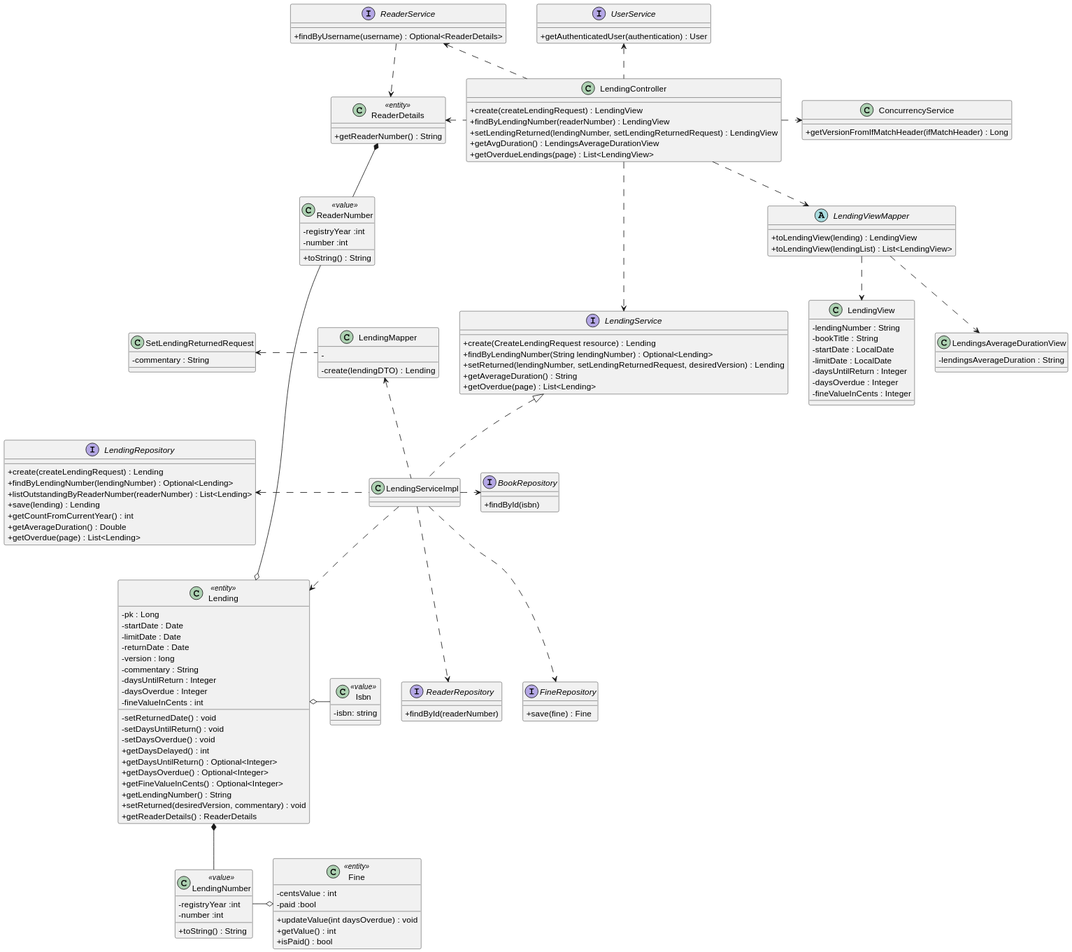
Earlier version of the PlantUML export Docs/Phase2/WP4B-Lendings/WP4B-Lendings-CD.svg (rutemf/1220944_1220772_G01). Its diagram source:
```plantuml
@startuml
skinparam classAttributeIconSize 0

class LendingController {
    + create(createLendingRequest) : LendingView
    + findByLendingNumber(readerNumber) : LendingView
    + setLendingReturned(lendingNumber, setLendingReturnedRequest) : LendingView
    + getAvgDuration() : LendingsAverageDurationView
    + getOverdueLendings(page) : List<LendingView>
}

abstract class LendingViewMapper {
    + toLendingView(lending) : LendingView
    + toLendingView(lendingList) : List<LendingView>
}

class LendingView {
    - lendingNumber : String
    - bookTitle : String
    - startDate : LocalDate
    - limitDate : LocalDate
    - daysUntilReturn : Integer
    - daysOverdue : Integer
    - fineValueInCents : Integer
}

class LendingsAverageDurationView {
    - lendingsAverageDuration : String
}

interface LendingService {
    + create(CreateLendingRequest resource) : Lending
    + findByLendingNumber(String lendingNumber) : Optional<Lending>
    + setReturned(lendingNumber, setLendingReturnedRequest, desiredVersion) : Lending
    + getAverageDuration() : String
    + getOverdue(page) : List<Lending>
}

class LendingServiceImpl implements LendingService{
}

interface UserService {
    + getAuthenticatedUser(authentication) : User
}

interface ReaderService {
    + findByUsername(username) : Optional<ReaderDetails>
}

class ConcurrencyService {
    + getVersionFromIfMatchHeader(ifMatchHeader) : Long
}


interface LendingRepository {
    + create(createLendingRequest) : Lending
    + findByLendingNumber(lendingNumber) : Optional<Lending>
    + listOutstandingByReaderNumber(readerNumber) : List<Lending>
    + save(lending) : Lending
    + getCountFromCurrentYear() : int
    + getAverageDuration() : Double
    + getOverdue(page) : List<Lending>
}


interface ReaderRepository {
    + findById(readerNumber)
}

interface BookRepository {
    + findById(isbn)
}

interface FineRepository {
    + save(fine) : Fine
}

class Lending <<entity>>{
    - pk : Long
    - startDate : Date
    - limitDate : Date
    - returnDate : Date
    - version : long
    - commentary : String
    - daysUntilReturn : Integer
    - daysOverdue : Integer
    - fineValueInCents : int

    - setReturnedDate() : void
    - setDaysUntilReturn() : void
    - setDaysOverdue() : void
    + getDaysDelayed() : int
    + getDaysUntilReturn() : Optional<Integer>
    + getDaysOverdue() : Optional<Integer>
    + getFineValueInCents() : Optional<Integer>
    + getLendingNumber() : String
    + setReturned(desiredVersion, commentary) : void
    + getReaderDetails() : ReaderDetails
}

class LendingNumber <<value>> {
    - registryYear :int
    - number :int
    + toString() : String
}

class Isbn <<value>>{
    - isbn: string
}

class ReaderDetails <<entity>>{
    + getReaderNumber() : String
}

class ReaderNumber <<value>>{
    - registryYear :int
    - number :int
    + toString() : String
}

class Fine <<entity>>{
    - centsValue : int
    - paid :bool
    + updateValue(int daysOverdue) : void
    + getValue() : int
    + isPaid() : bool
}

class SetLendingReturnedRequest{
    - commentary : String
}

class LendingMapper{
    - create(lendingDTO) : Lending
    -

}


Lending o- Isbn
Lending o-left- ReaderNumber
Lending *-down- LendingNumber
LendingNumber -right-o Fine
ReaderDetails *- ReaderNumber

LendingController ..> LendingViewMapper
LendingController ...> LendingService
LendingController .up.> UserService
LendingController .left.> ReaderService
LendingController .> ConcurrencyService

LendingServiceImpl ..> Lending
LendingServiceImpl ..> FineRepository

ReaderService ..> ReaderDetails
LendingController .left.> ReaderDetails

LendingServiceImpl .left.> LendingRepository
LendingServiceImpl ..> ReaderRepository
LendingServiceImpl .right.> BookRepository

LendingServiceImpl .up.> LendingMapper
LendingMapper .left.> SetLendingReturnedRequest

LendingViewMapper ..> LendingView
LendingViewMapper ..> LendingsAverageDurationView
@enduml
```
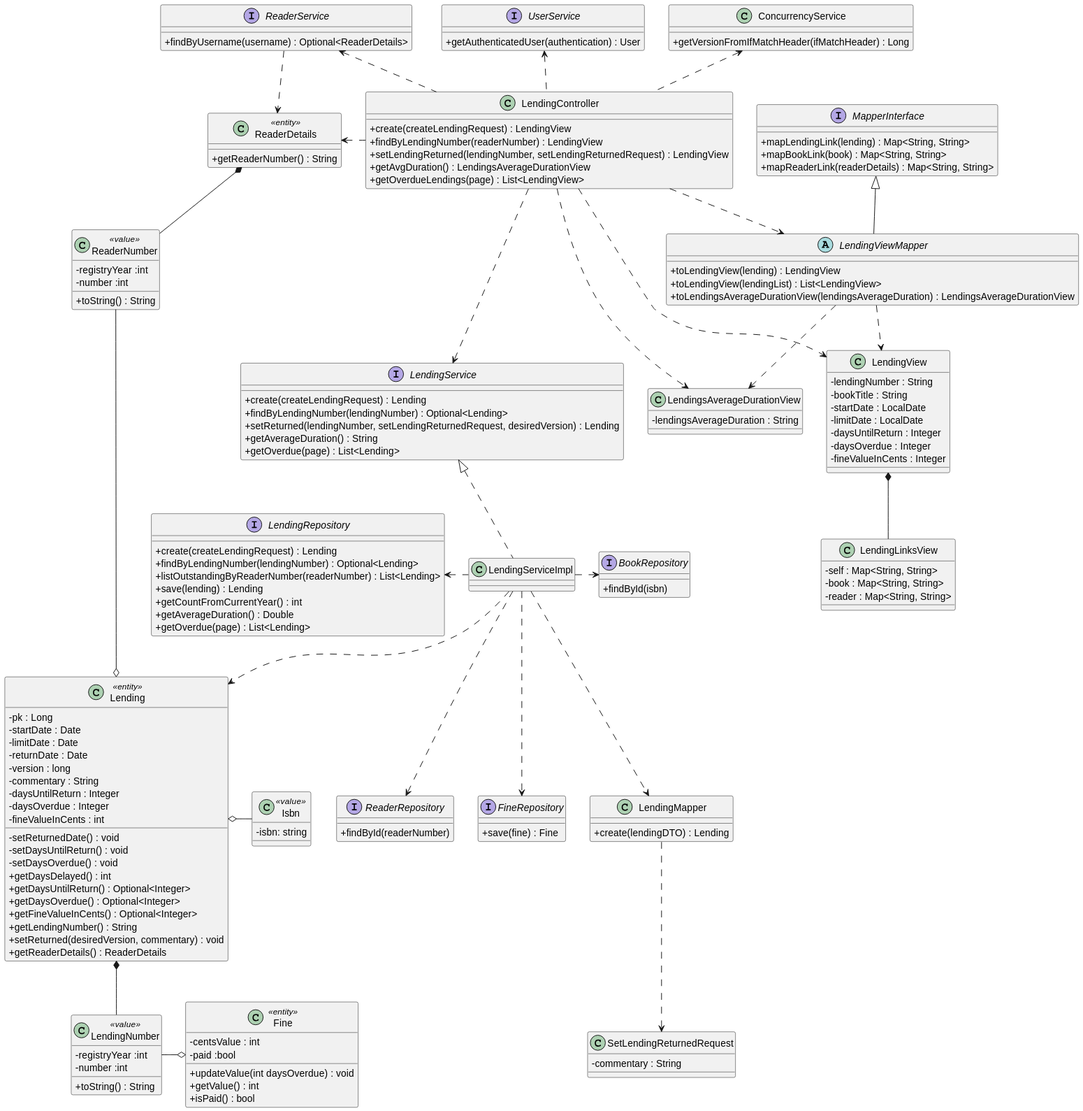
The same diagram one commit later.

Diff of the diagram source:
```diff
@@ -9,9 +9,16 @@
     + getOverdueLendings(page) : List<LendingView>
 }
 
-abstract class LendingViewMapper {
+interface MapperInterface {
+    + mapLendingLink(lending) : Map<String, String>
+    + mapBookLink(book) : Map<String, String>
+    + mapReaderLink(readerDetails) : Map<String, String>
+}
+
+abstract class LendingViewMapper extends MapperInterface{
     + toLendingView(lending) : LendingView
     + toLendingView(lendingList) : List<LendingView>
+    + toLendingsAverageDurationView(lendingsAverageDuration) : LendingsAverageDurationView
 }
 
 class LendingView {
@@ -24,13 +31,21 @@
     - fineValueInCents : Integer
 }
 
+class LendingLinksView {
+    - self : Map<String, String>
+    - book : Map<String, String>
+    - reader : Map<String, String>
+}
+
+LendingView *-- LendingLinksView
+
 class LendingsAverageDurationView {
     - lendingsAverageDuration : String
 }
 
 interface LendingService {
-    + create(CreateLendingRequest resource) : Lending
-    + findByLendingNumber(String lendingNumber) : Optional<Lending>
+    + create(createLendingRequest) : Lending
+    + findByLendingNumber(lendingNumber) : Optional<Lending>
     + setReturned(lendingNumber, setLendingReturnedRequest, desiredVersion) : Lending
     + getAverageDuration() : String
     + getOverdue(page) : List<Lending>
@@ -131,9 +146,7 @@
 }
 
 class LendingMapper{
-    - create(lendingDTO) : Lending
-    -
-
+    + create(lendingDTO) : Lending
 }
 
 
@@ -144,10 +157,12 @@
 ReaderDetails *- ReaderNumber
 
 LendingController ..> LendingViewMapper
+LendingController ..> LendingView
+LendingController ..> LendingsAverageDurationView
 LendingController ...> LendingService
 LendingController .up.> UserService
 LendingController .left.> ReaderService
-LendingController .> ConcurrencyService
+LendingController .up.> ConcurrencyService
 
 LendingServiceImpl ..> Lending
 LendingServiceImpl ..> FineRepository
@@ -159,8 +174,8 @@
 LendingServiceImpl ..> ReaderRepository
 LendingServiceImpl .right.> BookRepository
 
-LendingServiceImpl .up.> LendingMapper
-LendingMapper .left.> SetLendingReturnedRequest
+LendingServiceImpl .down.> LendingMapper
+LendingMapper .down.> SetLendingReturnedRequest
 
 LendingViewMapper ..> LendingView
 LendingViewMapper ..> LendingsAverageDurationView
```
